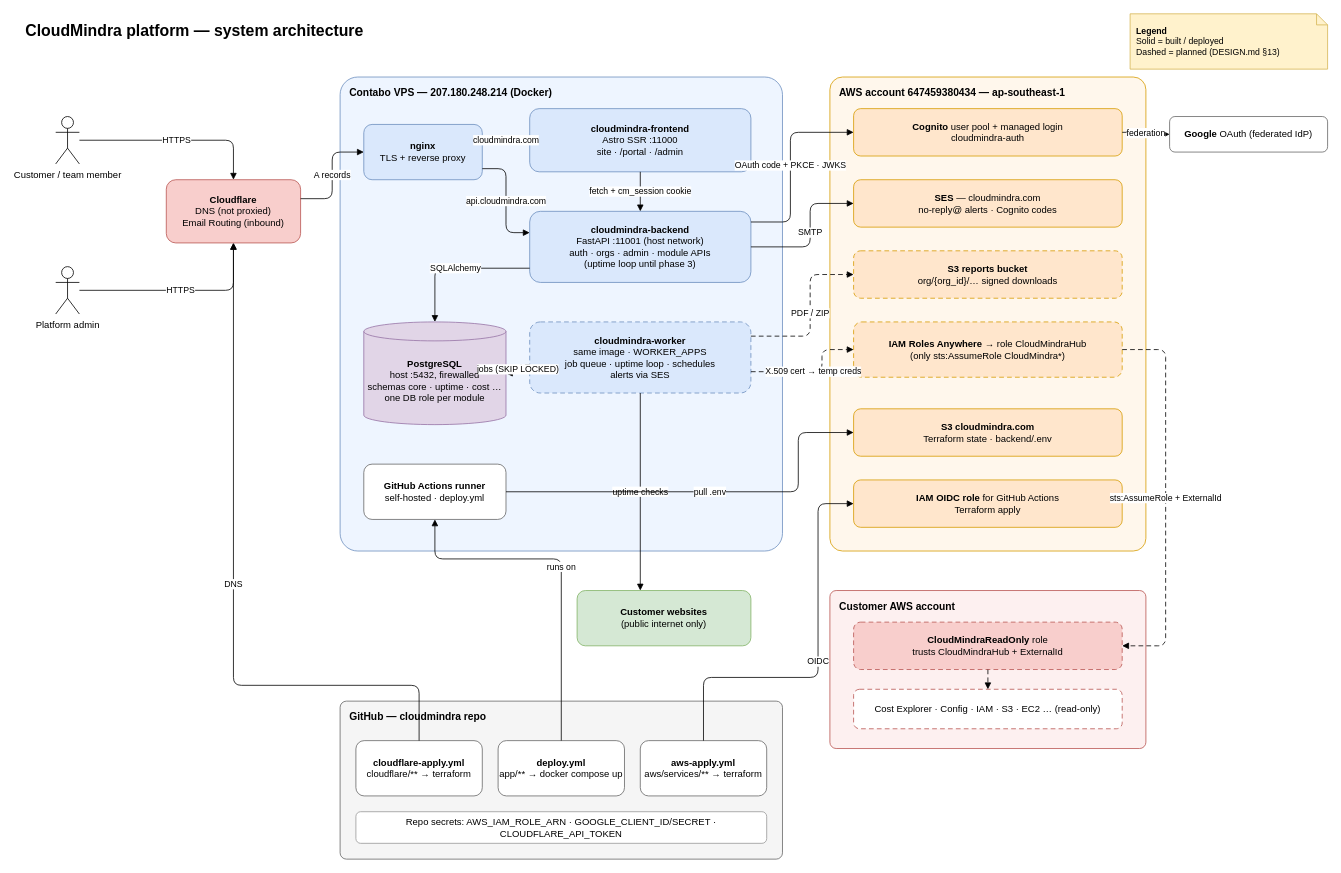
Earlier version of the draw.io diagram page "System architecture" (1 of 3) of docs/architecture.drawio (nasir19noor/cloudmindra). Source tidied: cells renumbered, new cells numbered last; positions are measured from the earlier drawing's top-left corner, leaving out a move shared by most shapes. Both pictures are drawn from the tidied source at 79%, with x=0, y=0 at pixel (24, 13).
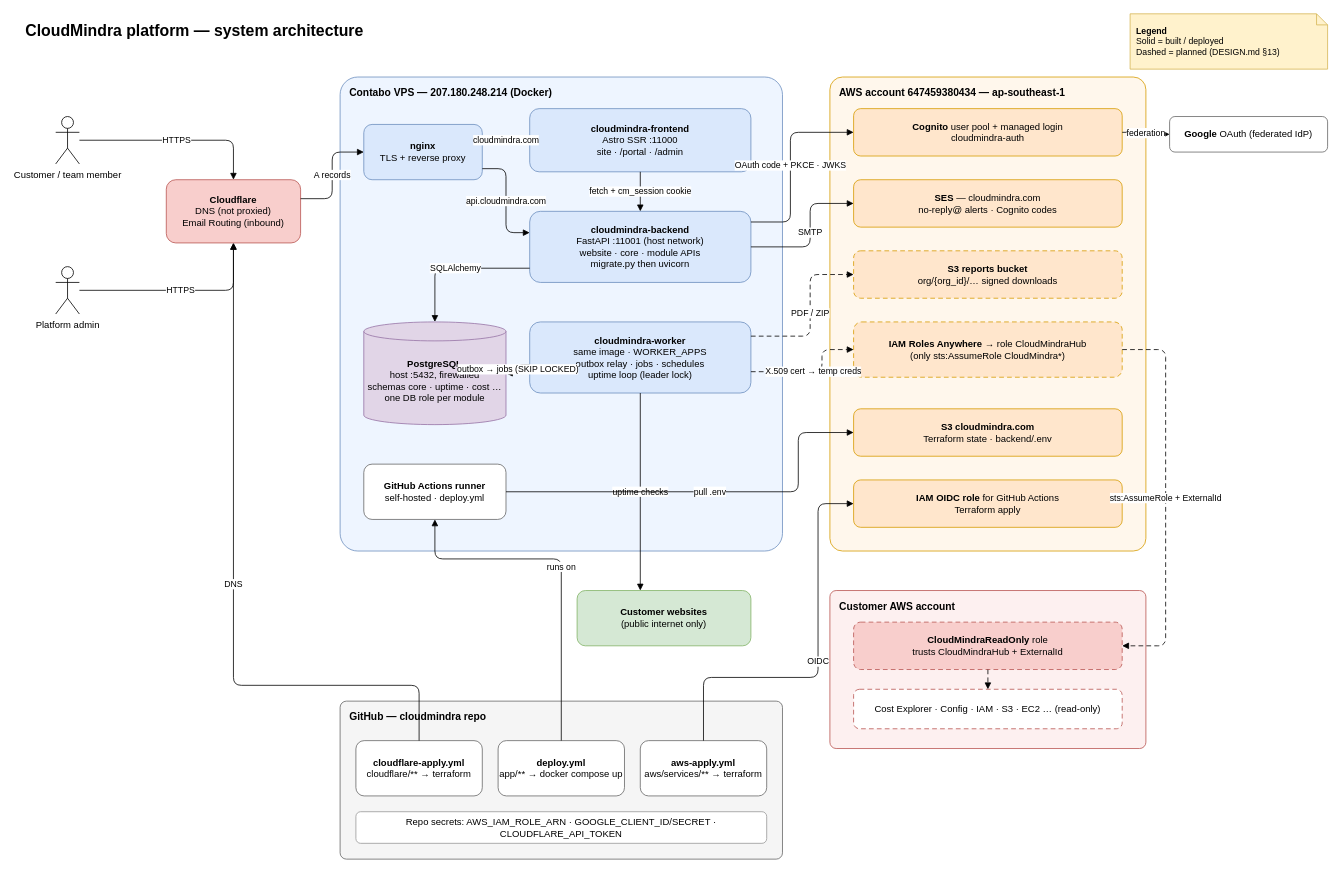
The same page after the edit.

The change refers to these unchanged cells:
```xml
<mxCell id="12" value="&lt;b&gt;PostgreSQL&lt;/b&gt;&lt;br&gt;host :5432, firewalled&lt;br&gt;schemas core · uptime · cost …&lt;br&gt;one DB role per module" style="shape=cylinder3;whiteSpace=wrap;html=1;boundedLbl=1;size=12;fillColor=#e1d5e7;strokeColor=#9673a6;fontSize=12;" parent="1" vertex="1">
  <mxGeometry x="430" y="390" width="180" height="130" as="geometry" />
</mxCell>
```

What changed in the source:
```diff
@@
-    <mxCell id="10" value="&lt;b&gt;cloudmindra-backend&lt;/b&gt;&lt;br&gt;FastAPI :11001 (host network)&lt;br&gt;auth · orgs · admin · module APIs&lt;br&gt;(uptime loop until phase 3)" style="rounded=1;whiteSpace=wrap;html=1;fillColor=#dae8fc;strokeColor=#6c8ebf;fontSize=12;" parent="1" vertex="1">
+    <mxCell id="10" value="&lt;b&gt;cloudmindra-backend&lt;/b&gt;&lt;br&gt;FastAPI :11001 (host network)&lt;br&gt;website · core · module APIs&lt;br&gt;migrate.py then uvicorn" style="rounded=1;whiteSpace=wrap;html=1;fillColor=#dae8fc;strokeColor=#6c8ebf;fontSize=12;" parent="1" vertex="1">
       <mxGeometry x="640" y="250" width="280" height="90" as="geometry" />
     </mxCell>
-    <mxCell id="11" value="&lt;b&gt;cloudmindra-worker&lt;/b&gt;&lt;br&gt;same image · WORKER_APPS&lt;br&gt;job queue · uptime loop · schedules&lt;br&gt;alerts via SES" style="rounded=1;whiteSpace=wrap;html=1;fillColor=#dae8fc;strokeColor=#6c8ebf;fontSize=12;dashed=1;dashPattern=6 4;" parent="1" vertex="1">
+    <mxCell id="11" value="&lt;b&gt;cloudmindra-worker&lt;/b&gt;&lt;br&gt;same image · WORKER_APPS&lt;br&gt;outbox relay · jobs · schedules&lt;br&gt;uptime loop (leader lock)" style="rounded=1;whiteSpace=wrap;html=1;fillColor=#dae8fc;strokeColor=#6c8ebf;fontSize=12;" parent="1" vertex="1">
       <mxGeometry x="640" y="390" width="280" height="90" as="geometry" />
     </mxCell>
@@
-    <mxCell id="38" value="jobs (SKIP LOCKED)" style="edgeStyle=orthogonalEdgeStyle;rounded=1;html=1;endArrow=block;endFill=1;fontSize=11;labelBackgroundColor=#ffffff;dashed=1;dashPattern=6 4;exitX=0;exitY=0.6;entryX=1;entryY=0.5;" parent="1" edge="1" source="11" target="12">
+    <mxCell id="38" value="outbox → jobs (SKIP LOCKED)" style="edgeStyle=orthogonalEdgeStyle;rounded=1;html=1;endArrow=block;endFill=1;fontSize=11;labelBackgroundColor=#ffffff;exitX=0;exitY=0.6;entryX=1;entryY=0.5;" parent="1" edge="1" source="11" target="12">
       <mxGeometry relative="1" as="geometry" />
     </mxCell>
```
